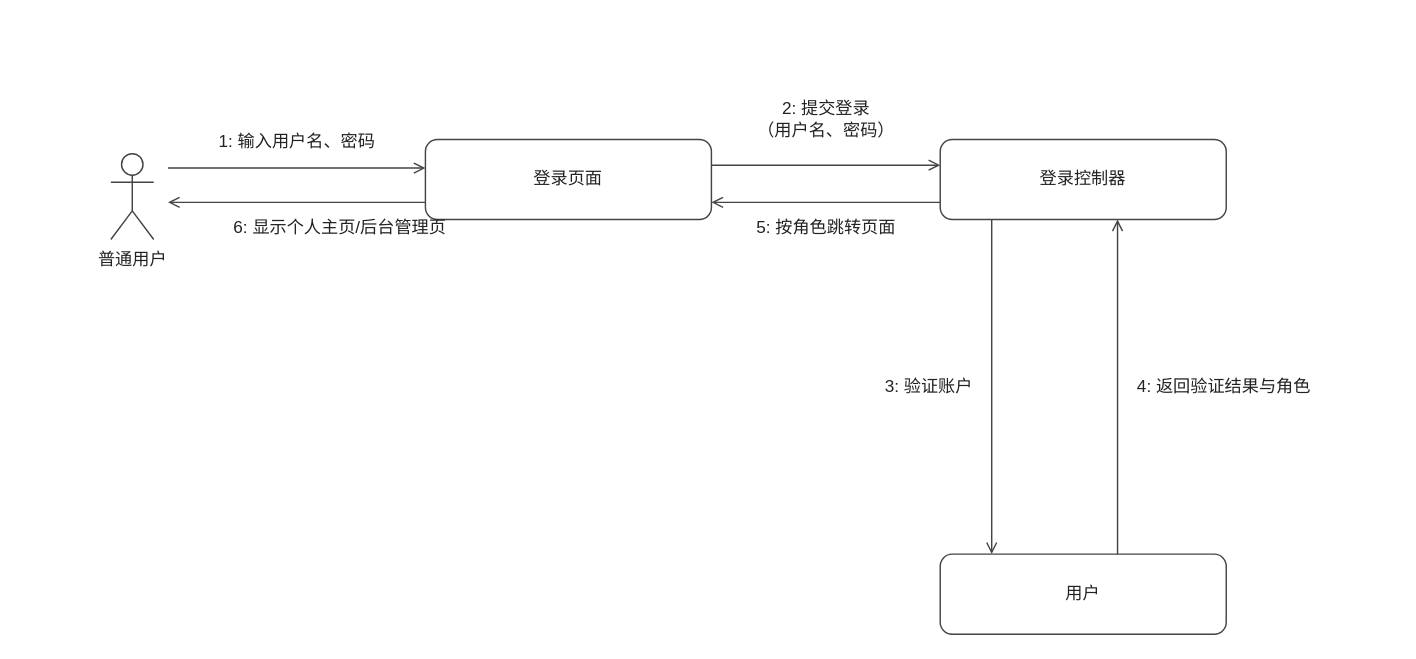
This is docs/交付/1-账户管理-钟标/images/用户登录_协作图.drawio from chennuo1101/electronic-photo-album-system1, a draw.io file, before an edit. Source tidied: cells renumbered, new cells numbered last; positions are measured from the earlier drawing's top-left corner, leaving out a move shared by most shapes. Both pictures are drawn from the tidied source at 143%, with x=0, y=0 at pixel (110, 87).
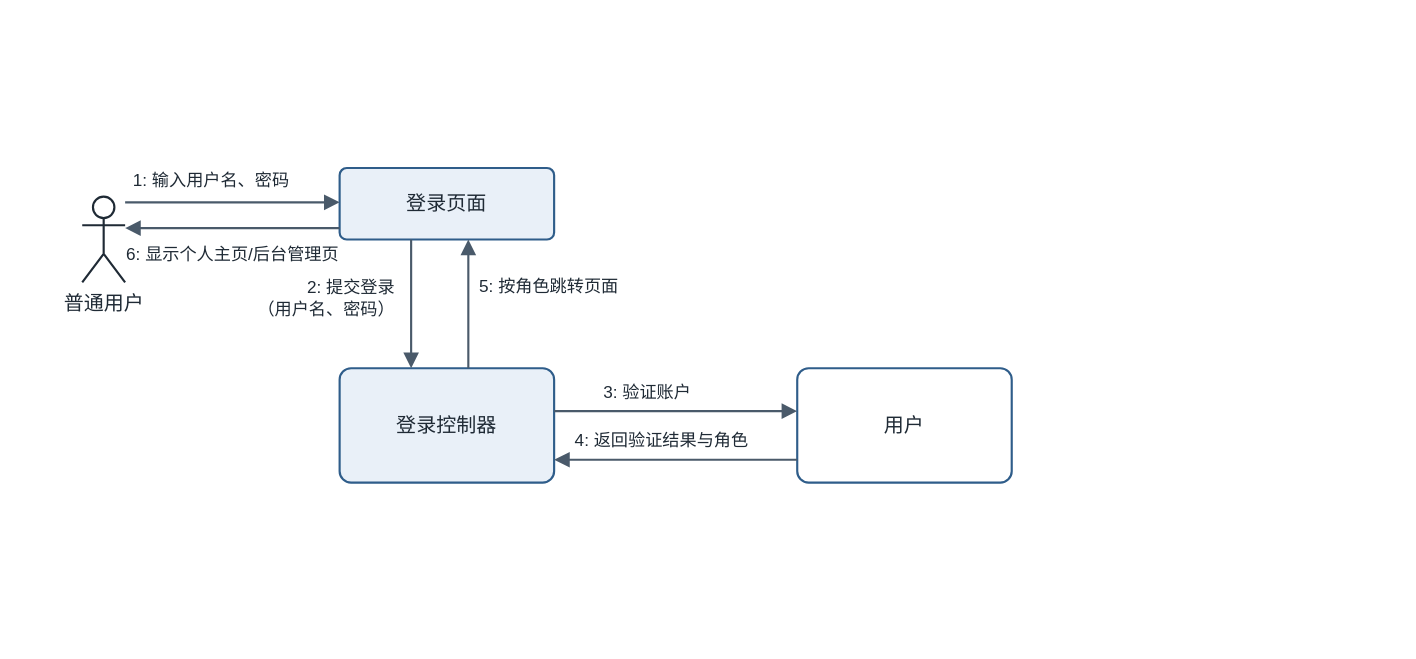
The same diagram, later.

Diff of the diagram source:
```diff
@@
+    <mxCell id="18" style="rounded=0;whiteSpace=wrap;html=1;fillColor=#FFFFFF;strokeColor=none;" parent="1" vertex="1">
+      <mxGeometry x="-60" y="-44" width="714" height="344" as="geometry" />
+    </mxCell>
-    <mxCell id="2" value="普通用户" style="shape=umlActor;verticalLabelPosition=bottom;verticalAlign=top;html=1;fillColor=#FFFFFF;strokeColor=#444444;fontFamily=Microsoft YaHei;fontSize=12;fontColor=#222222;" parent="1" vertex="1">
-      <mxGeometry y="46" width="30" height="60" as="geometry" />
+    <mxCell id="2" value="普通用户" style="shape=umlActor;verticalLabelPosition=bottom;verticalAlign=top;html=1;fillColor=#FFFFFF;strokeColor=#1F2A35;strokeWidth=1.5;fontFamily=Microsoft YaHei;fontSize=14;fontColor=#1F2A35;" parent="1" vertex="1">
+      <mxGeometry x="-20" y="76" width="30" height="60" as="geometry" />
     </mxCell>
-    <mxCell id="3" value="登录页面" style="rounded=1;whiteSpace=wrap;html=1;fillColor=#FFFFFF;strokeColor=#444444;fontFamily=Microsoft YaHei;fontSize=12;fontColor=#222222;" parent="1" vertex="1">
-      <mxGeometry x="220" y="36" width="200" height="56" as="geometry" />
+    <mxCell id="3" value="登录页面" style="rounded=1;arcSize=10;whiteSpace=wrap;html=1;fillColor=#E9F0F8;strokeColor=#2F5D8A;strokeWidth=1.5;fontFamily=Microsoft YaHei;fontSize=14;fontColor=#1F2A35;" parent="1" vertex="1">
+      <mxGeometry x="160" y="56" width="150" height="50" as="geometry" />
     </mxCell>
-    <mxCell id="4" value="登录控制器" style="rounded=1;whiteSpace=wrap;html=1;fillColor=#FFFFFF;strokeColor=#444444;fontFamily=Microsoft YaHei;fontSize=12;fontColor=#222222;" parent="1" vertex="1">
-      <mxGeometry x="580" y="36" width="200" height="56" as="geometry" />
+    <mxCell id="4" value="登录控制器" style="rounded=1;arcSize=10;whiteSpace=wrap;html=1;fillColor=#E9F0F8;strokeColor=#2F5D8A;strokeWidth=1.5;fontFamily=Microsoft YaHei;fontSize=14;fontColor=#1F2A35;" parent="1" vertex="1">
+      <mxGeometry x="160" y="196" width="150" height="80" as="geometry" />
     </mxCell>
-    <mxCell id="5" value="用户" style="rounded=1;whiteSpace=wrap;html=1;fillColor=#FFFFFF;strokeColor=#444444;fontFamily=Microsoft YaHei;fontSize=12;fontColor=#222222;" parent="1" vertex="1">
-      <mxGeometry x="580" y="326" width="200" height="56" as="geometry" />
+    <mxCell id="5" value="用户" style="rounded=1;arcSize=10;whiteSpace=wrap;html=1;fillColor=#FFFFFF;strokeColor=#2F5D8A;strokeWidth=1.5;fontFamily=Microsoft YaHei;fontSize=14;fontColor=#1F2A35;" parent="1" vertex="1">
+      <mxGeometry x="480" y="196" width="150" height="80" as="geometry" />
     </mxCell>
-    <mxCell id="6" style="html=1;rounded=0;strokeColor=#444444;strokeWidth=1;startArrow=none;endArrow=open;endFill=0;" parent="1" edge="1">
+    <mxCell id="6" style="html=1;rounded=0;strokeColor=#4A5A6A;strokeWidth=1.5;startArrow=none;endArrow=block;endFill=1;endSize=7;" parent="1" edge="1">
       <mxGeometry relative="1" as="geometry">
-        <mxPoint x="40" y="56" as="sourcePoint" />
-        <mxPoint x="220" y="56" as="targetPoint" />
+        <mxPoint x="10" y="80" as="sourcePoint" />
+        <mxPoint x="160" y="80" as="targetPoint" />
       </mxGeometry>
     </mxCell>
-    <mxCell id="7" value="1: 输入用户名、密码" style="text;html=1;align=center;verticalAlign=middle;fillColor=none;strokeColor=none;fontFamily=Microsoft YaHei;fontSize=12;fontColor=#222222;" parent="1" vertex="1">
-      <mxGeometry x="40" y="28" width="180" height="20" as="geometry" />
+    <mxCell id="7" value="1: 输入用户名、密码" style="text;html=1;align=center;verticalAlign=middle;fillColor=none;strokeColor=none;fontFamily=Microsoft YaHei;fontSize=12;fontColor=#1F2A35;" parent="1" vertex="1">
+      <mxGeometry y="56" width="140" height="18" as="geometry" />
     </mxCell>
-    <mxCell id="8" style="html=1;rounded=0;strokeColor=#444444;strokeWidth=1;startArrow=none;endArrow=open;endFill=0;" parent="1" edge="1">
+    <mxCell id="8" style="html=1;rounded=0;strokeColor=#4A5A6A;strokeWidth=1.5;startArrow=none;endArrow=block;endFill=1;endSize=7;" parent="1" edge="1">
       <mxGeometry relative="1" as="geometry">
-        <mxPoint x="220" y="80" as="sourcePoint" />
-        <mxPoint x="40" y="80" as="targetPoint" />
+        <mxPoint x="160" y="98" as="sourcePoint" />
+        <mxPoint x="10" y="98" as="targetPoint" />
       </mxGeometry>
     </mxCell>
-    <mxCell id="9" value="6: 显示个人主页/后台管理页" style="text;html=1;align=center;verticalAlign=middle;fillColor=none;strokeColor=none;fontFamily=Microsoft YaHei;fontSize=12;fontColor=#222222;" parent="1" vertex="1">
-      <mxGeometry x="50" y="88" width="220" height="20" as="geometry" />
+    <mxCell id="9" value="6: 显示个人主页/后台管理页" style="text;html=1;align=center;verticalAlign=middle;fillColor=none;strokeColor=none;fontFamily=Microsoft YaHei;fontSize=12;fontColor=#1F2A35;" parent="1" vertex="1">
+      <mxGeometry y="108" width="170" height="18" as="geometry" />
     </mxCell>
-    <mxCell id="10" style="html=1;rounded=0;strokeColor=#444444;strokeWidth=1;startArrow=none;endArrow=open;endFill=0;" parent="1" edge="1">
+    <mxCell id="10" style="html=1;rounded=0;strokeColor=#4A5A6A;strokeWidth=1.5;startArrow=none;endArrow=block;endFill=1;endSize=7;" parent="1" edge="1">
       <mxGeometry relative="1" as="geometry">
-        <mxPoint x="420" y="54" as="sourcePoint" />
-        <mxPoint x="580" y="54" as="targetPoint" />
+        <mxPoint x="210" y="106" as="sourcePoint" />
+        <mxPoint x="210" y="196" as="targetPoint" />
       </mxGeometry>
     </mxCell>
-    <mxCell id="11" value="2: 提交登录&#10;（用户名、密码）" style="text;html=1;align=center;verticalAlign=middle;fillColor=none;strokeColor=none;fontFamily=Microsoft YaHei;fontSize=12;fontColor=#222222;" parent="1" vertex="1">
-      <mxGeometry x="432" width="136" height="44" as="geometry" />
+    <mxCell id="11" value="2: 提交登录&#10;（用户名、密码）" style="text;html=1;align=right;verticalAlign=middle;fillColor=none;strokeColor=none;fontFamily=Microsoft YaHei;fontSize=12;fontColor=#1F2A35;" parent="1" vertex="1">
+      <mxGeometry x="90" y="130" width="110" height="34" as="geometry" />
     </mxCell>
-    <mxCell id="12" style="html=1;rounded=0;strokeColor=#444444;strokeWidth=1;startArrow=none;endArrow=open;endFill=0;" parent="1" edge="1">
+    <mxCell id="12" style="html=1;rounded=0;strokeColor=#4A5A6A;strokeWidth=1.5;startArrow=none;endArrow=block;endFill=1;endSize=7;" parent="1" edge="1">
       <mxGeometry relative="1" as="geometry">
-        <mxPoint x="580" y="80" as="sourcePoint" />
-        <mxPoint x="420" y="80" as="targetPoint" />
+        <mxPoint x="250" y="196" as="sourcePoint" />
+        <mxPoint x="250" y="106" as="targetPoint" />
       </mxGeometry>
     </mxCell>
-    <mxCell id="13" value="5: 按角色跳转页面" style="text;html=1;align=center;verticalAlign=middle;fillColor=none;strokeColor=none;fontFamily=Microsoft YaHei;fontSize=12;fontColor=#222222;" parent="1" vertex="1">
-      <mxGeometry x="432" y="88" width="136" height="20" as="geometry" />
+    <mxCell id="13" value="5: 按角色跳转页面" style="text;html=1;align=left;verticalAlign=middle;fillColor=none;strokeColor=none;fontFamily=Microsoft YaHei;fontSize=12;fontColor=#1F2A35;" parent="1" vertex="1">
+      <mxGeometry x="256" y="130" width="115" height="18" as="geometry" />
     </mxCell>
-    <mxCell id="14" style="html=1;rounded=0;strokeColor=#444444;strokeWidth=1;startArrow=none;endArrow=open;endFill=0;" parent="1" edge="1">
+    <mxCell id="14" style="html=1;rounded=0;strokeColor=#4A5A6A;strokeWidth=1.5;startArrow=none;endArrow=block;endFill=1;endSize=7;" parent="1" edge="1">
       <mxGeometry relative="1" as="geometry">
-        <mxPoint x="616" y="92" as="sourcePoint" />
-        <mxPoint x="616" y="326" as="targetPoint" />
+        <mxPoint x="310" y="226" as="sourcePoint" />
+        <mxPoint x="480" y="226" as="targetPoint" />
       </mxGeometry>
     </mxCell>
-    <mxCell id="15" value="3: 验证账户" style="text;html=1;align=right;verticalAlign=middle;fillColor=none;strokeColor=none;fontFamily=Microsoft YaHei;fontSize=12;fontColor=#222222;" parent="1" vertex="1">
-      <mxGeometry x="500" y="199" width="104" height="20" as="geometry" />
+    <mxCell id="15" value="3: 验证账户" style="text;html=1;align=center;verticalAlign=middle;fillColor=none;strokeColor=none;fontFamily=Microsoft YaHei;fontSize=12;fontColor=#1F2A35;" parent="1" vertex="1">
+      <mxGeometry x="320" y="204" width="110" height="18" as="geometry" />
     </mxCell>
-    <mxCell id="16" style="html=1;rounded=0;strokeColor=#444444;strokeWidth=1;startArrow=none;endArrow=open;endFill=0;" parent="1" edge="1">
+    <mxCell id="16" style="html=1;rounded=0;strokeColor=#4A5A6A;strokeWidth=1.5;startArrow=none;endArrow=block;endFill=1;endSize=7;" parent="1" edge="1">
       <mxGeometry relative="1" as="geometry">
-        <mxPoint x="704" y="326" as="sourcePoint" />
-        <mxPoint x="704" y="92" as="targetPoint" />
+        <mxPoint x="480" y="260" as="sourcePoint" />
+        <mxPoint x="310" y="260" as="targetPoint" />
       </mxGeometry>
     </mxCell>
-    <mxCell id="17" value="4: 返回验证结果与角色" style="text;html=1;align=left;verticalAlign=middle;fillColor=none;strokeColor=none;fontFamily=Microsoft YaHei;fontSize=12;fontColor=#222222;" parent="1" vertex="1">
-      <mxGeometry x="716" y="199" width="180" height="20" as="geometry" />
+    <mxCell id="17" value="4: 返回验证结果与角色" style="text;html=1;align=center;verticalAlign=middle;fillColor=none;strokeColor=none;fontFamily=Microsoft YaHei;fontSize=12;fontColor=#1F2A35;" parent="1" vertex="1">
+      <mxGeometry x="320" y="238" width="130" height="18" as="geometry" />
     </mxCell>
```
